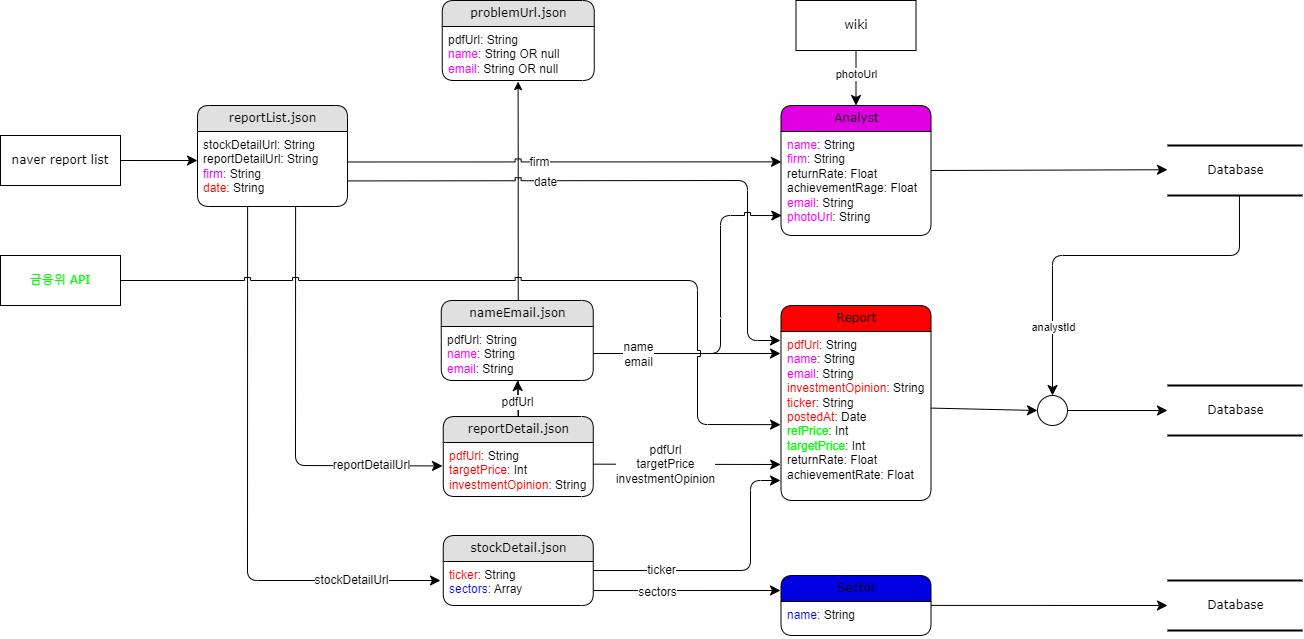
PDA-stockX/research-crawling keeps this draw.io diagram as diagram/DataFlow.drawio.png. Above is the earlier version. Source tidied: cells renumbered, new cells last; positions are measured from the earlier drawing's top-left corner, leaving out a move shared by most shapes.
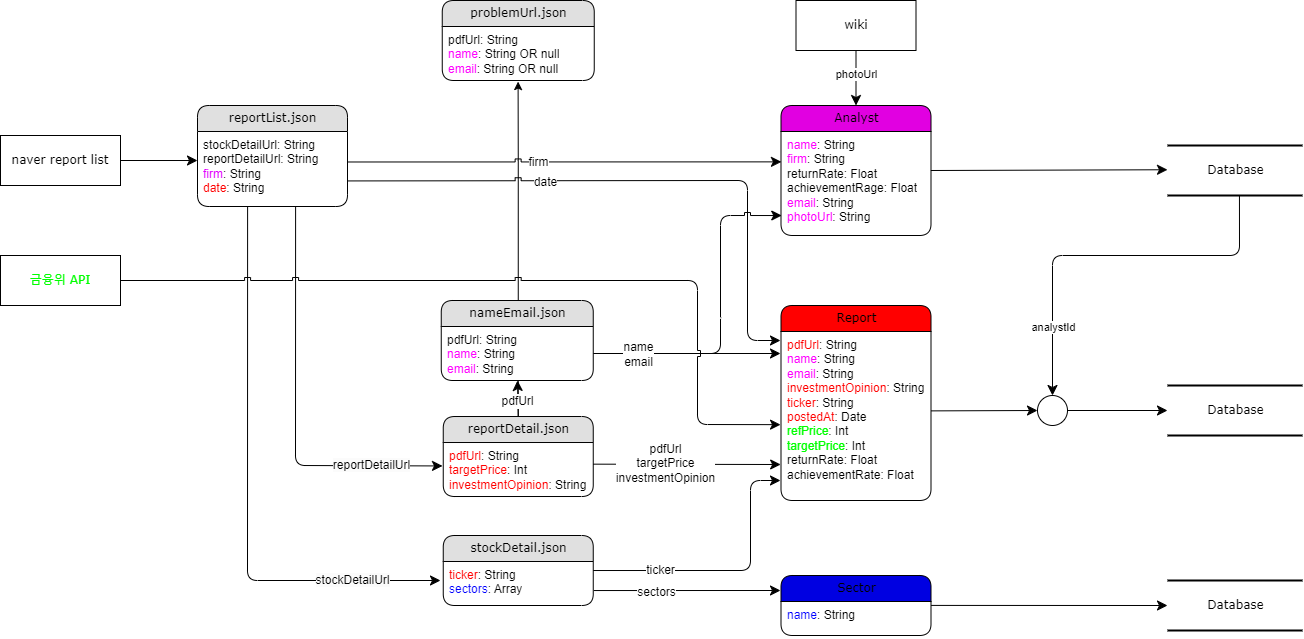
The same diagram one commit later.

The edit, as a diff of the source:
```diff
@@ -192,7 +192,7 @@
     <mxCell id="48" value="analystId" style="edgeLabel;html=1;align=center;verticalAlign=middle;" parent="47" vertex="1">
       <mxGeometry x="0.65" relative="1" as="geometry" />
     </mxCell>
-    <mxCell id="49" style="edgeStyle=none;html=1;labelBackgroundColor=none;startFill=0;startSize=8;endFill=1;endSize=8;fontFamily=Verdana;fontSize=12;entryX=0;entryY=0.5;entryDx=0;entryDy=0;exitX=0.999;exitY=0.467;exitDx=0;exitDy=0;exitPerimeter=0;" parent="1" edge="1" source="20" target="41">
+    <mxCell id="49" style="edgeStyle=none;html=1;labelBackgroundColor=none;startFill=0;startSize=8;endFill=1;endSize=8;fontFamily=Verdana;fontSize=12;entryX=0;entryY=0.5;entryDx=0;entryDy=0;exitX=1;exitY=0.484;exitDx=0;exitDy=0;exitPerimeter=0;" parent="1" edge="1" source="20" target="41">
       <mxGeometry relative="1" as="geometry" />
     </mxCell>
     <mxCell id="50" style="edgeStyle=none;html=1;labelBackgroundColor=none;startFill=0;startSize=8;endFill=1;endSize=8;fontFamily=Verdana;fontSize=12;entryX=0;entryY=0.5;entryDx=0;entryDy=0;entryPerimeter=0;exitX=1.001;exitY=0.115;exitDx=0;exitDy=0;exitPerimeter=0;" parent="1" edge="1" source="24" target="44">
```
